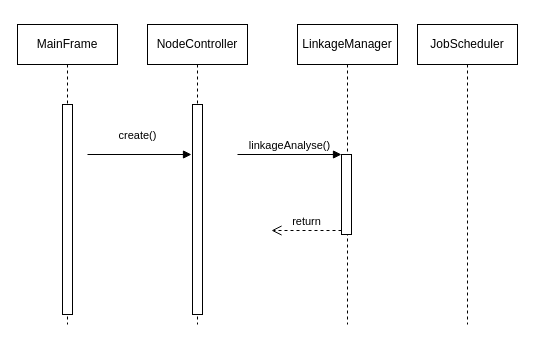
Icarus1994/neutron_conf keeps this draw.io diagram as page "时序图_节点控制模块" (2 of 5) of 仿真功能模块UML类图.drawio. Above is the earlier version. Source tidied: cells renumbered, new cells numbered last; positions are measured from the earlier drawing's top-left corner, leaving out a move shared by most shapes. Both pictures are drawn from the tidied source at 100%, with x=0, y=0 at pixel (17, 24).
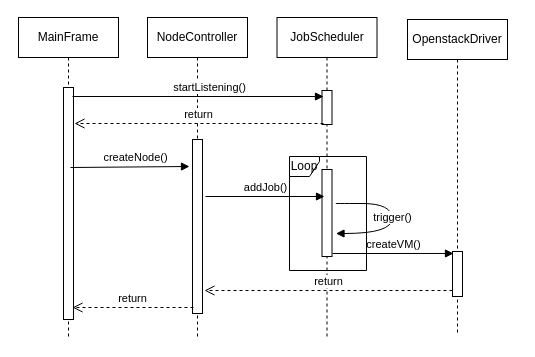
Above is the later version.

Change to the diagram source:
```diff
@@
-    <mxCell id="2" value="LinkageManager" style="shape=umlLifeline;perimeter=lifelinePerimeter;whiteSpace=wrap;html=1;strokeColor=#000000;" parent="1" vertex="1">
-      <mxGeometry x="280" width="100" height="300" as="geometry" />
-    </mxCell>
-    <mxCell id="3" style="html=1;points=[];perimeter=orthogonalPerimeter;strokeColor=#000000;" parent="2" vertex="1">
-      <mxGeometry x="44" y="130" width="10" height="80" as="geometry" />
-    </mxCell>
-    <mxCell id="4" value="return" style="html=1;verticalAlign=bottom;endArrow=open;dashed=1;endSize=8;exitX=0;exitY=0.95;strokeWidth=1;" parent="2" edge="1" source="3">
-      <mxGeometry relative="1" as="geometry">
-        <mxPoint x="-26" y="206" as="targetPoint" />
-      </mxGeometry>
-    </mxCell>
     <mxCell id="5" value="MainFrame" style="shape=umlLifeline;perimeter=lifelinePerimeter;whiteSpace=wrap;html=1;strokeColor=#000000;" parent="1" vertex="1">
-      <mxGeometry width="100" height="300" as="geometry" />
+      <mxGeometry x="1" y="-7" width="100" height="319" as="geometry" />
     </mxCell>
     <mxCell id="6" style="html=1;perimeter=orthogonalPerimeter;strokeColor=#000000;" parent="5" vertex="1">
-      <mxGeometry x="45" y="80" width="10" height="210" as="geometry" />
+      <mxGeometry x="45" y="70" width="10" height="232" as="geometry" />
     </mxCell>
-    <mxCell id="7" value="linkageAnalyse()" style="html=1;verticalAlign=bottom;endArrow=block;entryX=0;entryY=0;strokeWidth=1;" parent="1" edge="1" target="3">
-      <mxGeometry relative="1" as="geometry">
-        <mxPoint x="220" y="130" as="sourcePoint" />
-      </mxGeometry>
-    </mxCell>
     <mxCell id="8" value="JobScheduler" style="shape=umlLifeline;perimeter=lifelinePerimeter;whiteSpace=wrap;html=1;strokeColor=#000000;fillColor=#ffffff;" parent="1" vertex="1">
-      <mxGeometry x="400" width="100" height="300" as="geometry" />
+      <mxGeometry x="259.5" y="-7" width="100" height="319" as="geometry" />
     </mxCell>
+    <mxCell id="12" style="html=1;perimeter=orthogonalPerimeter;strokeColor=#000000;" parent="8" vertex="1">
+      <mxGeometry x="45" y="152" width="10" height="87" as="geometry" />
+    </mxCell>
+    <mxCell id="13" style="html=1;perimeter=orthogonalPerimeter;" parent="8" vertex="1">
+      <mxGeometry x="45" y="73" width="10" height="34" as="geometry" />
+    </mxCell>
     <mxCell id="9" value="NodeController" style="shape=umlLifeline;perimeter=lifelinePerimeter;whiteSpace=wrap;html=1;strokeColor=#000000;" parent="1" vertex="1">
-      <mxGeometry x="130" width="100" height="300" as="geometry" />
+      <mxGeometry x="130" y="-7" width="100" height="322" as="geometry" />
     </mxCell>
     <mxCell id="10" style="html=1;perimeter=orthogonalPerimeter;strokeColor=#000000;" parent="9" vertex="1">
-      <mxGeometry x="45" y="80" width="10" height="210" as="geometry" />
+      <mxGeometry x="45" y="122" width="10" height="174" as="geometry" />
     </mxCell>
-    <mxCell id="11" value="create()" style="html=1;verticalAlign=bottom;endArrow=block;entryX=0;entryY=0;strokeWidth=1;" parent="1" edge="1">
-      <mxGeometry x="-0.04" y="10" relative="1" as="geometry">
-        <mxPoint x="70" y="130" as="sourcePoint" />
-        <mxPoint x="174" y="130" as="targetPoint" />
+    <mxCell id="11" value="createNode()" style="html=1;verticalAlign=bottom;endArrow=block;entryX=0;entryY=0;strokeWidth=1;exitX=1;exitY=0.243;exitDx=0;exitDy=0;exitPerimeter=0;" parent="1" edge="1">
+      <mxGeometry x="0.09" relative="1" as="geometry">
+        <mxPoint x="53" y="143" as="sourcePoint" />
+        <mxPoint x="172" y="142" as="targetPoint" />
       </mxGeometry>
     </mxCell>
+    <mxCell id="14" value="OpenstackDriver" style="shape=umlLifeline;perimeter=lifelinePerimeter;whiteSpace=wrap;html=1;strokeColor=#000000;fillColor=#ffffff;" parent="1" vertex="1">
+      <mxGeometry x="390" y="-5" width="100" height="316" as="geometry" />
+    </mxCell>
+    <mxCell id="15" style="html=1;points=[];perimeter=orthogonalPerimeter;" parent="14" vertex="1">
+      <mxGeometry x="45" y="232" width="10" height="45" as="geometry" />
+    </mxCell>
+    <mxCell id="16" value="return" style="html=1;verticalAlign=bottom;endArrow=open;dashed=1;endSize=8;entryX=0.2;entryY=0.867;entryDx=0;entryDy=0;entryPerimeter=0;" parent="14" edge="1">
+      <mxGeometry relative="1" as="geometry">
+        <mxPoint x="45" y="271" as="sourcePoint" />
+        <mxPoint x="-203" y="271" as="targetPoint" />
+      </mxGeometry>
+    </mxCell>
+    <mxCell id="17" value="addJob()" style="html=1;verticalAlign=bottom;endArrow=block;entryX=0;entryY=0;strokeWidth=1;" parent="1" edge="1">
+      <mxGeometry x="0.01" relative="1" as="geometry">
+        <mxPoint x="188" y="172" as="sourcePoint" />
+        <mxPoint x="307" y="172" as="targetPoint" />
+      </mxGeometry>
+    </mxCell>
+    <mxCell id="18" value="createVM()" style="html=1;verticalAlign=bottom;endArrow=block;entryX=0.1;entryY=0.044;strokeWidth=1;entryDx=0;entryDy=0;entryPerimeter=0;" parent="1" edge="1" target="15">
+      <mxGeometry x="0.01" relative="1" as="geometry">
+        <mxPoint x="315" y="229" as="sourcePoint" />
+      </mxGeometry>
+    </mxCell>
+    <mxCell id="19" value="trigger()" style="html=1;verticalAlign=bottom;endArrow=block;edgeStyle=orthogonalEdgeStyle;curved=1;" parent="1" edge="1">
+      <mxGeometry x="0.15" relative="1" as="geometry">
+        <mxPoint x="319" y="179" as="sourcePoint" />
+        <mxPoint x="318.5" y="209" as="targetPoint" />
+        <Array as="points">
+          <mxPoint x="314.5" y="179" />
+          <mxPoint x="374.5" y="179" />
+          <mxPoint x="374.5" y="209" />
+        </Array>
+      </mxGeometry>
+    </mxCell>
+    <mxCell id="20" value="startListening()" style="html=1;verticalAlign=bottom;endArrow=block;strokeWidth=1;exitX=1;exitY=0.243;exitDx=0;exitDy=0;exitPerimeter=0;" parent="1" edge="1">
+      <mxGeometry x="0.09" relative="1" as="geometry">
+        <mxPoint x="55" y="72" as="sourcePoint" />
+        <mxPoint x="306" y="72" as="targetPoint" />
+      </mxGeometry>
+    </mxCell>
+    <mxCell id="21" value="return" style="html=1;verticalAlign=bottom;endArrow=open;dashed=1;endSize=8;" parent="1" edge="1">
+      <mxGeometry relative="1" as="geometry">
+        <mxPoint x="306" y="99" as="sourcePoint" />
+        <mxPoint x="57" y="99" as="targetPoint" />
+      </mxGeometry>
+    </mxCell>
+    <mxCell id="22" value="Loop" style="shape=umlFrame;whiteSpace=wrap;html=1;width=30;height=20;" parent="1" vertex="1">
+      <mxGeometry x="272" y="132" width="77" height="114" as="geometry" />
+    </mxCell>
+    <mxCell id="23" value="return" style="html=1;verticalAlign=bottom;endArrow=open;dashed=1;endSize=8;" parent="1" edge="1">
+      <mxGeometry relative="1" as="geometry">
+        <mxPoint x="176" y="283" as="sourcePoint" />
+        <mxPoint x="55" y="283" as="targetPoint" />
+      </mxGeometry>
+    </mxCell>
```
